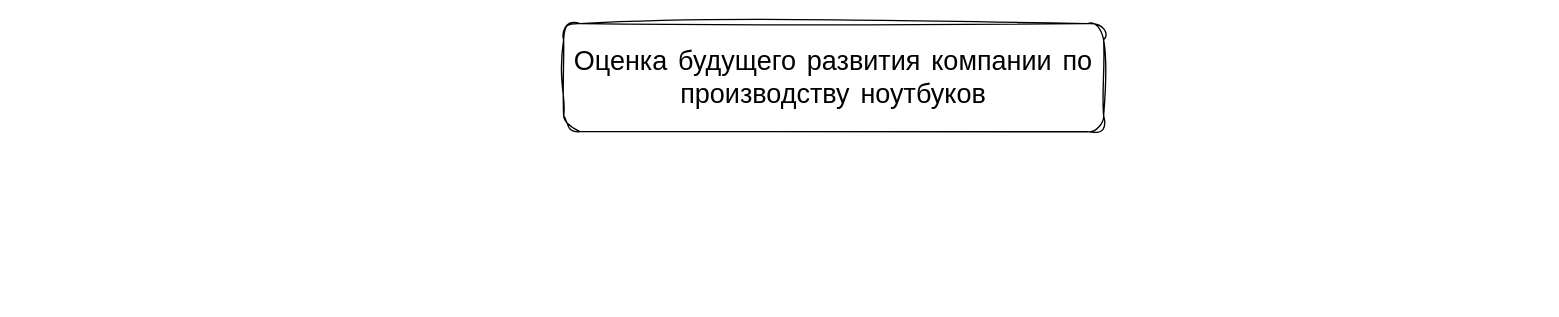
Above: Метод анализа иерархий в задачах стратегического планирования.drawio in ShiryaevNikolay/diagrams (draw.io), before the change. Source tidied: cells renumbered, new cells numbered last; positions are measured from the earlier drawing's top-left corner, leaving out a move shared by most shapes. Both pictures are drawn from the tidied source at 135%, with x=0, y=0 at pixel (563, 23).
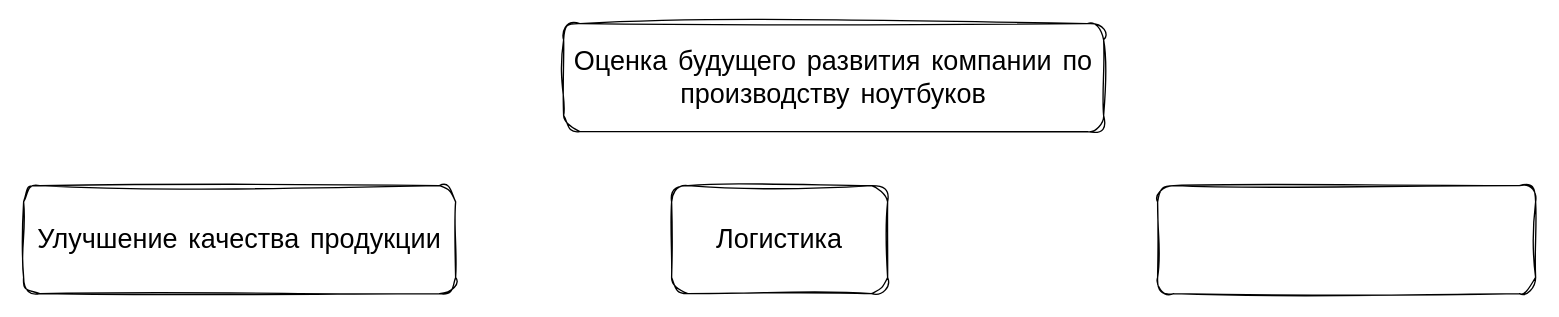
The same diagram, later.

Change to the diagram source:
```diff
@@
 <mxGraphModel>
   <root>
     <mxCell id="0" />
     <mxCell id="1" parent="0" />
     <mxCell id="2" value="Оценка будущего развития компании по производству ноутбуков" style="rounded=1;whiteSpace=wrap;html=1;sketch=1;hachureGap=4;jiggle=2;curveFitting=1;fontFamily=Architects Daughter;fontSize=20;" parent="1" vertex="1">
       <mxGeometry width="400" height="80" as="geometry" />
     </mxCell>
+    <mxCell id="3" value="Улучшение качества продукции" style="rounded=1;whiteSpace=wrap;html=1;sketch=1;hachureGap=4;jiggle=2;curveFitting=1;fontFamily=Architects Daughter;fontSize=20;" parent="1" vertex="1">
+      <mxGeometry x="-400" y="120" width="320" height="80" as="geometry" />
+    </mxCell>
+    <mxCell id="4" value="Логистика" style="rounded=1;whiteSpace=wrap;html=1;sketch=1;hachureGap=4;jiggle=2;curveFitting=1;fontFamily=Architects Daughter;fontSize=20;" parent="1" vertex="1">
+      <mxGeometry x="80" y="120" width="160" height="80" as="geometry" />
+    </mxCell>
+    <mxCell id="5" style="rounded=1;whiteSpace=wrap;html=1;sketch=1;hachureGap=4;jiggle=2;curveFitting=1;fontFamily=Architects Daughter;fontSize=20;" parent="1" vertex="1">
+      <mxGeometry x="440" y="120" width="280" height="80" as="geometry" />
+    </mxCell>
   </root>
 </mxGraphModel>
```
